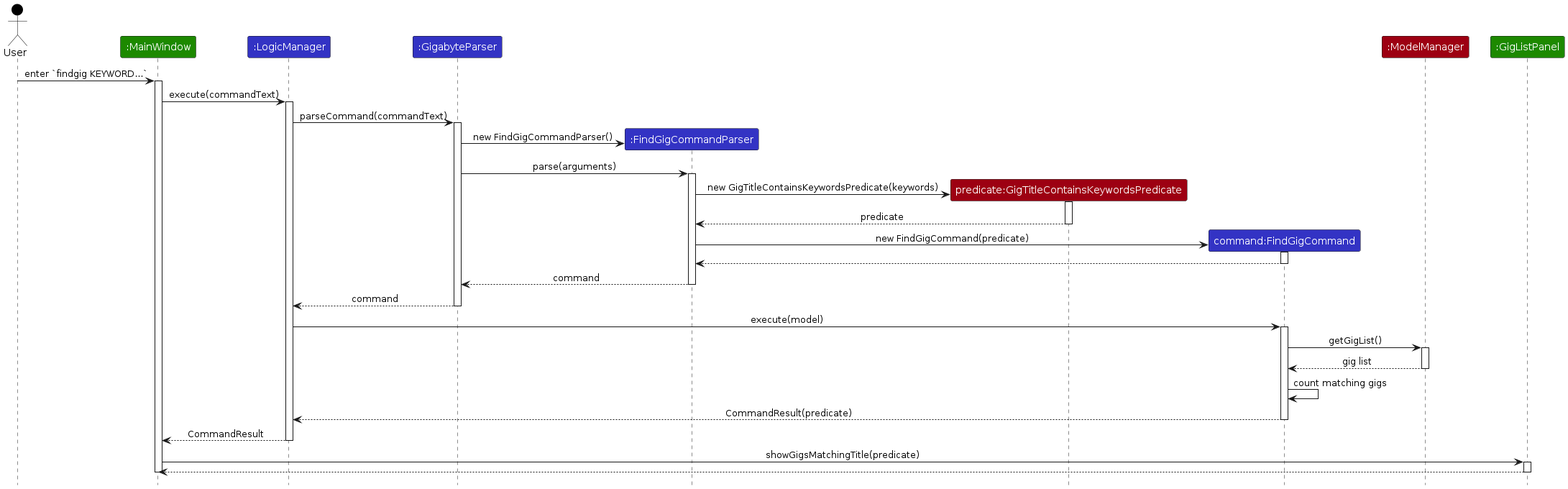
Earlier version of the PlantUML export diagrams/tracing/FindGigSequenceDiagram.png (AY2627S1-CS2103T-W14-4/tp). Its source is kept beside it as diagrams/tracing/FindGigSequenceDiagram.puml. Source of this version:
```plantuml
@startuml
!include ../style.puml
skinparam ArrowFontStyle plain

Actor User as user USER_COLOR
Participant ":MainWindow" as window UI_COLOR
Participant ":LogicManager" as logic LOGIC_COLOR
Participant ":GigabyteParser" as parser LOGIC_COLOR
Participant ":FindGigCommandParser" as findParser LOGIC_COLOR
Participant "predicate:GigTitleContainsKeywordsPredicate" as predicate MODEL_COLOR
Participant "command:FindGigCommand" as command LOGIC_COLOR
Participant ":ModelManager" as model MODEL_COLOR
Participant ":GigListPanel" as gigPanel UI_COLOR

user -> window : enter `findgig KEYWORD...`
activate window
window -> logic ++: execute(commandText)
logic -> parser ++: parseCommand(commandText)
create findParser
parser -> findParser : new FindGigCommandParser()
parser -> findParser ++: parse(arguments)
create predicate
findParser -> predicate ++: new GigTitleContainsKeywordsPredicate(keywords)
predicate --> findParser --: predicate
create command
findParser -> command ++: new FindGigCommand(predicate)
command --> findParser --
findParser --> parser --: command
parser --> logic --: command

logic -> command ++: execute(model)
command -> model ++: getGigList()
model --> command --: gig list
command -> command : count matching gigs
command --> logic --: CommandResult(predicate)
logic --> window --: CommandResult
window -> gigPanel ++: showGigsMatchingTitle(predicate)
gigPanel --> window --
deactivate window

@enduml
```
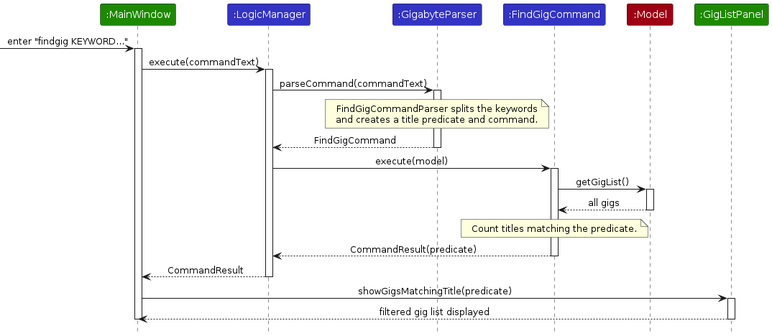
Later version of the same file.

Change to the diagram source:
```diff
@@ -2,40 +2,44 @@
 !include ../style.puml
 skinparam ArrowFontStyle plain
 
-Actor User as user USER_COLOR
-Participant ":MainWindow" as window UI_COLOR
-Participant ":LogicManager" as logic LOGIC_COLOR
-Participant ":GigabyteParser" as parser LOGIC_COLOR
-Participant ":FindGigCommandParser" as findParser LOGIC_COLOR
-Participant "predicate:GigTitleContainsKeywordsPredicate" as predicate MODEL_COLOR
-Participant "command:FindGigCommand" as command LOGIC_COLOR
-Participant ":ModelManager" as model MODEL_COLOR
-Participant ":GigListPanel" as gigPanel UI_COLOR
+participant ":MainWindow" as window UI_COLOR
+participant ":LogicManager" as logic LOGIC_COLOR
+participant ":GigabyteParser" as parser LOGIC_COLOR
+participant ":FindGigCommand" as command LOGIC_COLOR
+participant ":Model" as model MODEL_COLOR
+participant ":GigListPanel" as panel UI_COLOR
 
-user -> window : enter `findgig KEYWORD...`
+[-> window : enter "findgig KEYWORD..."
 activate window
-window -> logic ++: execute(commandText)
-logic -> parser ++: parseCommand(commandText)
-create findParser
-parser -> findParser : new FindGigCommandParser()
-parser -> findParser ++: parse(arguments)
-create predicate
-findParser -> predicate ++: new GigTitleContainsKeywordsPredicate(keywords)
-predicate --> findParser --: predicate
-create command
-findParser -> command ++: new FindGigCommand(predicate)
-command --> findParser --
-findParser --> parser --: command
-parser --> logic --: command
+window -> logic : execute(commandText)
+activate logic
+logic -> parser : parseCommand(commandText)
+activate parser
+note over parser
+  FindGigCommandParser splits the keywords
+  and creates a title predicate and command.
+end note
+parser --> logic : FindGigCommand
+deactivate parser
 
-logic -> command ++: execute(model)
-command -> model ++: getGigList()
-model --> command --: gig list
-command -> command : count matching gigs
-command --> logic --: CommandResult(predicate)
-logic --> window --: CommandResult
-window -> gigPanel ++: showGigsMatchingTitle(predicate)
-gigPanel --> window --
+logic -> command : execute(model)
+activate command
+command -> model : getGigList()
+activate model
+model --> command : all gigs
+deactivate model
+note over command
+  Count titles matching the predicate.
+end note
+command --> logic : CommandResult(predicate)
+deactivate command
+logic --> window : CommandResult
+deactivate logic
+
+window -> panel : showGigsMatchingTitle(predicate)
+activate panel
+panel --> window : filtered gig list displayed
+deactivate panel
 deactivate window
 
 @enduml
```
